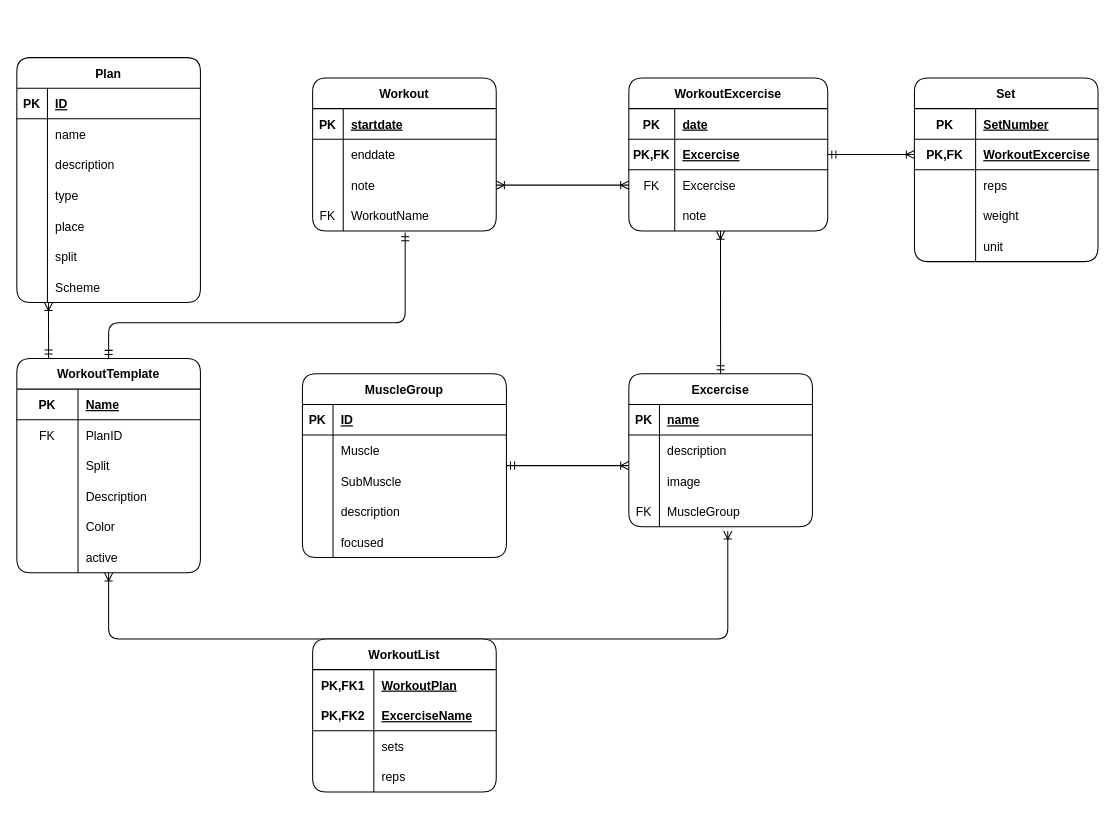
Before: documentation/erm.drawio in Patsch36/SweatFlix, a draw.io diagram. Source tidied: cells renumbered, new cells numbered last; positions are measured from the earlier drawing's top-left corner, leaving out a move shared by most shapes. Both pictures are drawn from the tidied source at 102%, with x=0, y=0 at pixel (16, 57).
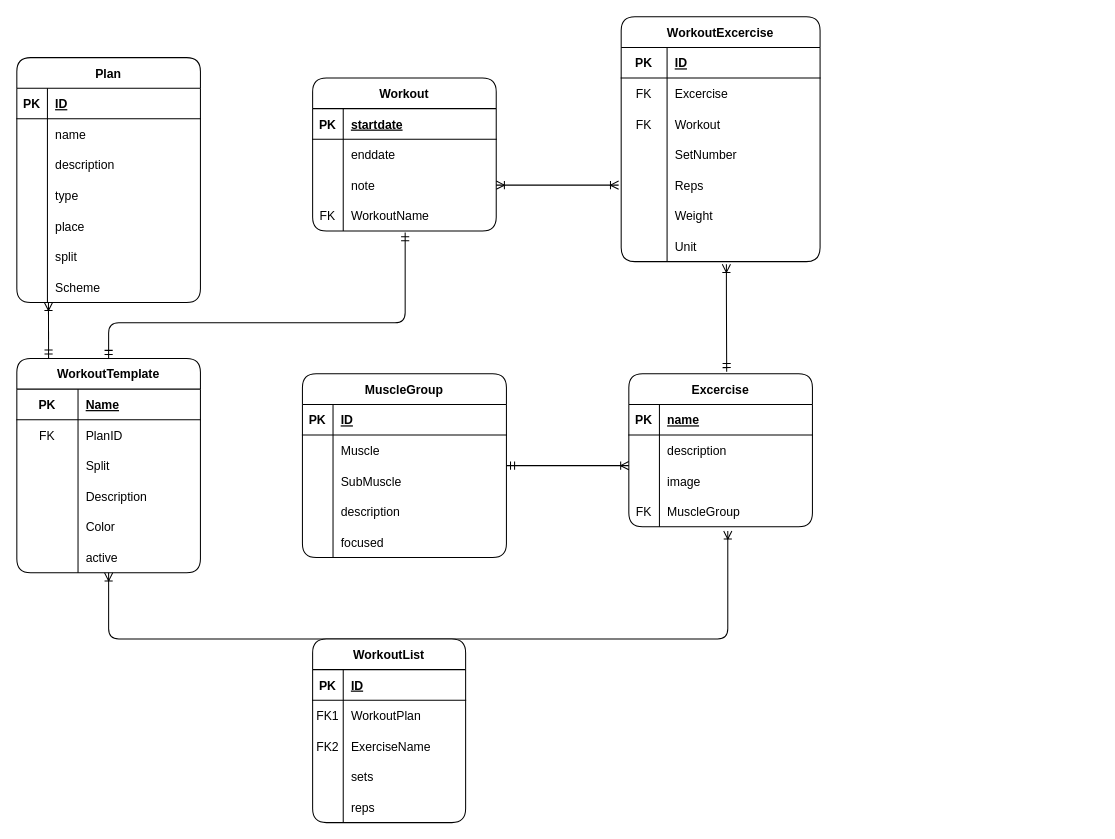
Above is the later version.

Commit message (it also covers changes not shown here):
add: modal for adding manually workout with workoutexercises

Unchanged cells that the change refers to:
```xml
<mxCell id="33" style="shape=tableRow;horizontal=0;startSize=0;swimlaneHead=0;swimlaneBody=0;fillColor=none;points=[[0,0.5],[1,0.5]];portConstraint=eastwest;top=0;left=0;right=0;bottom=0;rounded=1;" parent="26" vertex="1">
  <mxGeometry y="90" width="180" height="30" as="geometry" />
</mxCell>
<mxCell id="56" value="Excercise" style="shape=table;startSize=30;childLayout=tableLayout;rowLines=0;fontStyle=1;align=center;rounded=1;" parent="1" vertex="1">
  <mxGeometry x="600" y="310" width="180" height="150" as="geometry" />
</mxCell>
<mxCell id="72" style="shape=tableRow;horizontal=0;startSize=0;swimlaneHead=0;swimlaneBody=0;fillColor=none;top=0;left=0;right=0;bottom=1;rounded=1;" parent="71" vertex="1">
  <mxGeometry y="30" width="195" height="30" as="geometry" />
</mxCell>
<mxCell id="81" style="shape=tableRow;horizontal=0;startSize=0;swimlaneHead=0;swimlaneBody=0;fillColor=none;points=[[0,0.5],[1,0.5]];portConstraint=eastwest;top=0;left=0;right=0;bottom=0;rounded=1;" parent="71" vertex="1">
  <mxGeometry y="120" width="195" height="30" as="geometry" />
</mxCell>
```

What changed in the source:
```diff
@@
-    <mxCell id="70" style="edgeStyle=orthogonalEdgeStyle;html=1;entryX=0.5;entryY=0;entryDx=0;entryDy=0;startArrow=ERoneToMany;startFill=0;elbow=vertical;endArrow=ERmandOne;endFill=0;rounded=1;exitX=0.461;exitY=1.002;exitDx=0;exitDy=0;exitPerimeter=0;" parent="1" edge="1" source="81" target="56">
-      <mxGeometry relative="1" as="geometry" />
+    <mxCell id="70" style="edgeStyle=elbowEdgeStyle;html=1;entryX=0.533;entryY=-0.014;entryDx=0;entryDy=0;startArrow=ERoneToMany;startFill=0;elbow=vertical;endArrow=ERmandOne;endFill=0;rounded=1;exitX=0.529;exitY=1.086;exitDx=0;exitDy=0;exitPerimeter=0;entryPerimeter=0;" parent="1" edge="1" source="145" target="56">
+      <mxGeometry relative="1" as="geometry">
+        <Array as="points">
+          <mxPoint x="690" y="230" />
+          <mxPoint x="690" y="300" />
+          <mxPoint x="690" y="290" />
+          <mxPoint x="690" y="280" />
+        </Array>
+      </mxGeometry>
     </mxCell>
     <mxCell id="71" value="WorkoutExcercise" style="shape=table;startSize=30;childLayout=tableLayout;rowLines=0;fontStyle=1;align=center;rounded=1;swimlaneLine=1;" parent="1" vertex="1">
-      <mxGeometry x="600" y="20" width="195" height="150" as="geometry" />
+      <mxGeometry x="592.5" y="-40" width="195" height="240" as="geometry" />
     </mxCell>
@@
-    <mxCell id="74" value="date" style="shape=partialRectangle;fillColor=none;top=0;left=0;bottom=0;right=0;align=left;spacingLeft=6;fontStyle=5;overflow=hidden;rounded=1;" parent="72" vertex="1">
+    <mxCell id="74" value="ID" style="shape=partialRectangle;fillColor=none;top=0;left=0;bottom=0;right=0;align=left;spacingLeft=6;fontStyle=5;overflow=hidden;rounded=1;" parent="72" vertex="1">
       <mxGeometry x="45" width="150" height="30" as="geometry" />
     </mxCell>
-    <mxCell id="75" style="shape=tableRow;horizontal=0;startSize=0;swimlaneHead=0;swimlaneBody=0;fillColor=none;points=[[0,0.5],[1,0.5]];portConstraint=eastwest;top=0;left=0;right=0;bottom=1;rounded=1;" parent="71" vertex="1">
-      <mxGeometry y="60" width="195" height="30" as="geometry" />
-    </mxCell>
-    <mxCell id="76" value="PK,FK" style="shape=partialRectangle;fillColor=none;top=0;left=0;bottom=0;right=0;fontStyle=1;overflow=hidden;rounded=1;" parent="75" vertex="1">
-      <mxGeometry width="45" height="30" as="geometry" />
-    </mxCell>
-    <mxCell id="77" value="Excercise" style="shape=partialRectangle;fillColor=none;top=0;left=0;bottom=0;right=0;align=left;spacingLeft=6;fontStyle=5;overflow=hidden;rounded=1;" parent="75" vertex="1">
-      <mxGeometry x="45" width="150" height="30" as="geometry" />
-    </mxCell>
     <mxCell id="78" style="shape=tableRow;horizontal=0;startSize=0;swimlaneHead=0;swimlaneBody=0;fillColor=none;top=0;left=0;right=0;bottom=0;rounded=1;" parent="71" vertex="1">
-      <mxGeometry y="90" width="195" height="30" as="geometry" />
+      <mxGeometry y="60" width="195" height="30" as="geometry" />
     </mxCell>
@@
+    <mxCell id="136" style="shape=tableRow;horizontal=0;startSize=0;swimlaneHead=0;swimlaneBody=0;fillColor=none;top=0;left=0;right=0;bottom=0;" parent="71" vertex="1">
+      <mxGeometry y="90" width="195" height="30" as="geometry" />
+    </mxCell>
+    <mxCell id="137" value="FK" style="shape=partialRectangle;fillColor=none;top=0;left=0;bottom=0;right=0;overflow=hidden;" parent="136" vertex="1">
+      <mxGeometry width="45" height="30" as="geometry" />
+    </mxCell>
+    <mxCell id="138" value="Workout" style="shape=partialRectangle;fillColor=none;top=0;left=0;bottom=0;right=0;align=left;spacingLeft=6;overflow=hidden;" parent="136" vertex="1">
+      <mxGeometry x="45" width="150" height="30" as="geometry" />
+    </mxCell>
@@
-    <mxCell id="83" value="note" style="shape=partialRectangle;fillColor=none;top=0;left=0;bottom=0;right=0;align=left;spacingLeft=6;overflow=hidden;rounded=1;" parent="81" vertex="1">
+    <mxCell id="83" value="SetNumber" style="shape=partialRectangle;fillColor=none;top=0;left=0;bottom=0;right=0;align=left;spacingLeft=6;overflow=hidden;rounded=1;" parent="81" vertex="1">
       <mxGeometry x="45" width="150" height="30" as="geometry" />
     </mxCell>
+    <mxCell id="139" style="shape=tableRow;horizontal=0;startSize=0;swimlaneHead=0;swimlaneBody=0;fillColor=none;top=0;left=0;right=0;bottom=0;" parent="71" vertex="1">
+      <mxGeometry y="150" width="195" height="30" as="geometry" />
+    </mxCell>
+    <mxCell id="140" style="shape=partialRectangle;fillColor=none;top=0;left=0;bottom=0;right=0;overflow=hidden;" parent="139" vertex="1">
+      <mxGeometry width="45" height="30" as="geometry" />
+    </mxCell>
+    <mxCell id="141" value="Reps" style="shape=partialRectangle;fillColor=none;top=0;left=0;bottom=0;right=0;align=left;spacingLeft=6;overflow=hidden;" parent="139" vertex="1">
+      <mxGeometry x="45" width="150" height="30" as="geometry" />
+    </mxCell>
+    <mxCell id="142" style="shape=tableRow;horizontal=0;startSize=0;swimlaneHead=0;swimlaneBody=0;fillColor=none;top=0;left=0;right=0;bottom=0;" parent="71" vertex="1">
+      <mxGeometry y="180" width="195" height="30" as="geometry" />
+    </mxCell>
+    <mxCell id="143" style="shape=partialRectangle;fillColor=none;top=0;left=0;bottom=0;right=0;overflow=hidden;" parent="142" vertex="1">
+      <mxGeometry width="45" height="30" as="geometry" />
+    </mxCell>
+    <mxCell id="144" value="Weight" style="shape=partialRectangle;fillColor=none;top=0;left=0;bottom=0;right=0;align=left;spacingLeft=6;overflow=hidden;" parent="142" vertex="1">
+      <mxGeometry x="45" width="150" height="30" as="geometry" />
+    </mxCell>
+    <mxCell id="145" style="shape=tableRow;horizontal=0;startSize=0;swimlaneHead=0;swimlaneBody=0;fillColor=none;points=[[0,0.5],[1,0.5]];portConstraint=eastwest;top=0;left=0;right=0;bottom=0;" parent="71" vertex="1">
+      <mxGeometry y="210" width="195" height="30" as="geometry" />
+    </mxCell>
+    <mxCell id="146" style="shape=partialRectangle;fillColor=none;top=0;left=0;bottom=0;right=0;overflow=hidden;" parent="145" vertex="1">
+      <mxGeometry width="45" height="30" as="geometry" />
+    </mxCell>
+    <mxCell id="147" value="Unit" style="shape=partialRectangle;fillColor=none;top=0;left=0;bottom=0;right=0;align=left;spacingLeft=6;overflow=hidden;" parent="145" vertex="1">
+      <mxGeometry x="45" width="150" height="30" as="geometry" />
+    </mxCell>
-    <mxCell id="84" style="fontSize=12;html=1;endArrow=ERoneToMany;exitX=1;exitY=0.5;exitDx=0;exitDy=0;startArrow=ERoneToMany;startFill=0;entryX=0;entryY=0.5;entryDx=0;entryDy=0;rounded=1;" parent="1" edge="1" source="33">
+    <mxCell id="84" style="fontSize=12;html=1;endArrow=ERoneToMany;exitX=1;exitY=0.5;exitDx=0;exitDy=0;startArrow=ERoneToMany;startFill=0;rounded=1;" parent="1" edge="1" source="33">
       <mxGeometry relative="1" as="geometry">
-        <mxPoint x="600" y="125" as="targetPoint" />
+        <mxPoint x="590" y="125" as="targetPoint" />
       </mxGeometry>
     </mxCell>
-    <mxCell id="85" value="Set" style="shape=table;startSize=30;childLayout=tableLayout;rowLines=0;fontStyle=1;align=center;rounded=1;" parent="1" vertex="1">
-      <mxGeometry x="880" y="20" width="180" height="180" as="geometry" />
-    </mxCell>
-    <mxCell id="86" style="shape=tableRow;horizontal=0;startSize=0;swimlaneHead=0;swimlaneBody=0;fillColor=none;top=0;left=0;right=0;bottom=1;rounded=1;" parent="85" vertex="1">
-      <mxGeometry y="30" width="180" height="30" as="geometry" />
-    </mxCell>
-    <mxCell id="87" value="PK" style="shape=partialRectangle;fillColor=none;top=0;left=0;bottom=0;right=0;fontStyle=1;overflow=hidden;rounded=1;" parent="86" vertex="1">
-      <mxGeometry width="60" height="30" as="geometry" />
-    </mxCell>
-    <mxCell id="88" value="SetNumber" style="shape=partialRectangle;fillColor=none;top=0;left=0;bottom=0;right=0;align=left;spacingLeft=6;fontStyle=5;overflow=hidden;rounded=1;" parent="86" vertex="1">
-      <mxGeometry x="60" width="120" height="30" as="geometry" />
-    </mxCell>
-    <mxCell id="89" style="shape=tableRow;horizontal=0;startSize=0;swimlaneHead=0;swimlaneBody=0;fillColor=none;points=[[0,0.5],[1,0.5]];portConstraint=eastwest;top=0;left=0;right=0;bottom=1;rounded=1;" parent="85" vertex="1">
-      <mxGeometry y="60" width="180" height="30" as="geometry" />
-    </mxCell>
-    <mxCell id="90" value="PK,FK" style="shape=partialRectangle;fillColor=none;top=0;left=0;bottom=0;right=0;fontStyle=1;overflow=hidden;rounded=1;" parent="89" vertex="1">
-      <mxGeometry width="60" height="30" as="geometry" />
-    </mxCell>
-    <mxCell id="91" value="WorkoutExcercise" style="shape=partialRectangle;fillColor=none;top=0;left=0;bottom=0;right=0;align=left;spacingLeft=6;fontStyle=5;overflow=hidden;rounded=1;" parent="89" vertex="1">
-      <mxGeometry x="60" width="120" height="30" as="geometry" />
-    </mxCell>
-    <mxCell id="92" style="shape=tableRow;horizontal=0;startSize=0;swimlaneHead=0;swimlaneBody=0;fillColor=none;top=0;left=0;right=0;bottom=0;rounded=1;" parent="85" vertex="1">
-      <mxGeometry y="90" width="180" height="30" as="geometry" />
-    </mxCell>
-    <mxCell id="93" style="shape=partialRectangle;fillColor=none;top=0;left=0;bottom=0;right=0;overflow=hidden;rounded=1;" parent="92" vertex="1">
-      <mxGeometry width="60" height="30" as="geometry" />
-    </mxCell>
-    <mxCell id="94" value="reps" style="shape=partialRectangle;fillColor=none;top=0;left=0;bottom=0;right=0;align=left;spacingLeft=6;overflow=hidden;rounded=1;" parent="92" vertex="1">
-      <mxGeometry x="60" width="120" height="30" as="geometry" />
-    </mxCell>
-    <mxCell id="95" style="shape=tableRow;horizontal=0;startSize=0;swimlaneHead=0;swimlaneBody=0;fillColor=none;top=0;left=0;right=0;bottom=0;rounded=1;" parent="85" vertex="1">
-      <mxGeometry y="120" width="180" height="30" as="geometry" />
-    </mxCell>
-    <mxCell id="96" style="shape=partialRectangle;fillColor=none;top=0;left=0;bottom=0;right=0;overflow=hidden;rounded=1;" parent="95" vertex="1">
-      <mxGeometry width="60" height="30" as="geometry" />
-    </mxCell>
-    <mxCell id="97" value="weight" style="shape=partialRectangle;fillColor=none;top=0;left=0;bottom=0;right=0;align=left;spacingLeft=6;overflow=hidden;rounded=1;" parent="95" vertex="1">
-      <mxGeometry x="60" width="120" height="30" as="geometry" />
-    </mxCell>
-    <mxCell id="98" style="shape=tableRow;horizontal=0;startSize=0;swimlaneHead=0;swimlaneBody=0;fillColor=none;top=0;left=0;right=0;bottom=0;rounded=1;" parent="85" vertex="1">
-      <mxGeometry y="150" width="180" height="30" as="geometry" />
-    </mxCell>
-    <mxCell id="99" style="shape=partialRectangle;fillColor=none;top=0;left=0;bottom=0;right=0;overflow=hidden;rounded=1;" parent="98" vertex="1">
-      <mxGeometry width="60" height="30" as="geometry" />
-    </mxCell>
-    <mxCell id="100" value="unit" style="shape=partialRectangle;fillColor=none;top=0;left=0;bottom=0;right=0;align=left;spacingLeft=6;overflow=hidden;rounded=1;" parent="98" vertex="1">
-      <mxGeometry x="60" width="120" height="30" as="geometry" />
-    </mxCell>
-    <mxCell id="101" style="edgeStyle=none;html=1;entryX=0;entryY=0.5;entryDx=0;entryDy=0;startArrow=ERmandOne;startFill=0;endArrow=ERoneToMany;endFill=0;rounded=1;exitX=1;exitY=0.5;exitDx=0;exitDy=0;" parent="1" edge="1" source="75" target="89">
-      <mxGeometry relative="1" as="geometry" />
-    </mxCell>
@@
     <mxCell id="123" value="WorkoutList" style="shape=table;startSize=30;childLayout=tableLayout;rowLines=0;fontStyle=1;align=center;rounded=1;" parent="1" vertex="1">
-      <mxGeometry x="290" y="570" width="180" height="150" as="geometry" />
+      <mxGeometry x="290" y="570" width="150" height="180" as="geometry" />
     </mxCell>
+    <mxCell id="127" style="shape=tableRow;horizontal=0;startSize=0;swimlaneHead=0;swimlaneBody=0;fillColor=none;top=0;left=0;right=0;bottom=1;rounded=1;" parent="123" vertex="1">
+      <mxGeometry y="30" width="150" height="30" as="geometry" />
+    </mxCell>
+    <mxCell id="128" value="PK" style="shape=partialRectangle;fillColor=none;top=0;left=0;bottom=0;right=0;fontStyle=1;overflow=hidden;rounded=1;" parent="127" vertex="1">
+      <mxGeometry width="30" height="30" as="geometry" />
+    </mxCell>
+    <mxCell id="129" value="ID" style="shape=partialRectangle;fillColor=none;top=0;left=0;bottom=0;right=0;align=left;spacingLeft=6;fontStyle=5;overflow=hidden;rounded=1;" parent="127" vertex="1">
+      <mxGeometry x="30" width="120" height="30" as="geometry" />
+    </mxCell>
     <mxCell id="124" style="shape=tableRow;horizontal=0;startSize=0;swimlaneHead=0;swimlaneBody=0;fillColor=none;top=0;left=0;right=0;bottom=0;rounded=1;" parent="123" vertex="1">
-      <mxGeometry y="30" width="180" height="30" as="geometry" />
+      <mxGeometry y="60" width="150" height="30" as="geometry" />
     </mxCell>
-    <mxCell id="125" value="PK,FK1" style="shape=partialRectangle;fillColor=none;top=0;left=0;bottom=0;right=0;fontStyle=1;overflow=hidden;rounded=1;" parent="124" vertex="1">
-      <mxGeometry width="60" height="30" as="geometry" />
+    <mxCell id="125" value="FK1" style="shape=partialRectangle;fillColor=none;top=0;left=0;bottom=0;right=0;fontStyle=0;overflow=hidden;rounded=1;" parent="124" vertex="1">
+      <mxGeometry width="30" height="30" as="geometry" />
     </mxCell>
-    <mxCell id="126" value="WorkoutPlan" style="shape=partialRectangle;fillColor=none;top=0;left=0;bottom=0;right=0;align=left;spacingLeft=6;fontStyle=5;overflow=hidden;rounded=1;" parent="124" vertex="1">
-      <mxGeometry x="60" width="120" height="30" as="geometry" />
+    <mxCell id="126" value="WorkoutPlan" style="shape=partialRectangle;fillColor=none;top=0;left=0;bottom=0;right=0;align=left;spacingLeft=6;fontStyle=0;overflow=hidden;rounded=1;" parent="124" vertex="1">
+      <mxGeometry x="30" width="120" height="30" as="geometry" />
     </mxCell>
-    <mxCell id="127" style="shape=tableRow;horizontal=0;startSize=0;swimlaneHead=0;swimlaneBody=0;fillColor=none;top=0;left=0;right=0;bottom=1;rounded=1;" parent="123" vertex="1">
-      <mxGeometry y="60" width="180" height="30" as="geometry" />
-    </mxCell>
-    <mxCell id="128" value="PK,FK2" style="shape=partialRectangle;fillColor=none;top=0;left=0;bottom=0;right=0;fontStyle=1;overflow=hidden;rounded=1;" parent="127" vertex="1">
-      <mxGeometry width="60" height="30" as="geometry" />
-    </mxCell>
-    <mxCell id="129" value="ExcerciseName" style="shape=partialRectangle;fillColor=none;top=0;left=0;bottom=0;right=0;align=left;spacingLeft=6;fontStyle=5;overflow=hidden;rounded=1;" parent="127" vertex="1">
-      <mxGeometry x="60" width="120" height="30" as="geometry" />
-    </mxCell>
+    <mxCell id="148" style="shape=tableRow;horizontal=0;startSize=0;swimlaneHead=0;swimlaneBody=0;fillColor=none;top=0;left=0;right=0;bottom=0;" parent="123" vertex="1">
+      <mxGeometry y="90" width="150" height="30" as="geometry" />
+    </mxCell>
+    <mxCell id="149" value="FK2" style="shape=partialRectangle;fillColor=none;top=0;left=0;bottom=0;right=0;fontStyle=0;overflow=hidden;" parent="148" vertex="1">
+      <mxGeometry width="30" height="30" as="geometry" />
+    </mxCell>
+    <mxCell id="150" value="ExerciseName" style="shape=partialRectangle;fillColor=none;top=0;left=0;bottom=0;right=0;align=left;spacingLeft=6;fontStyle=0;overflow=hidden;" parent="148" vertex="1">
+      <mxGeometry x="30" width="120" height="30" as="geometry" />
+    </mxCell>
     <mxCell id="130" style="shape=tableRow;horizontal=0;startSize=0;swimlaneHead=0;swimlaneBody=0;fillColor=none;top=0;left=0;right=0;bottom=0;rounded=1;" parent="123" vertex="1">
-      <mxGeometry y="90" width="180" height="30" as="geometry" />
+      <mxGeometry y="120" width="150" height="30" as="geometry" />
     </mxCell>
     <mxCell id="131" style="shape=partialRectangle;fillColor=none;top=0;left=0;bottom=0;right=0;overflow=hidden;rounded=1;" parent="130" vertex="1">
-      <mxGeometry width="60" height="30" as="geometry" />
+      <mxGeometry width="30" height="30" as="geometry" />
     </mxCell>
     <mxCell id="132" value="sets" style="shape=partialRectangle;fillColor=none;top=0;left=0;bottom=0;right=0;align=left;spacingLeft=6;overflow=hidden;rounded=1;" parent="130" vertex="1">
-      <mxGeometry x="60" width="120" height="30" as="geometry" />
+      <mxGeometry x="30" width="120" height="30" as="geometry" />
     </mxCell>
     <mxCell id="133" style="shape=tableRow;horizontal=0;startSize=0;swimlaneHead=0;swimlaneBody=0;fillColor=none;top=0;left=0;right=0;bottom=0;rounded=1;" parent="123" vertex="1">
-      <mxGeometry y="120" width="180" height="30" as="geometry" />
+      <mxGeometry y="150" width="150" height="30" as="geometry" />
     </mxCell>
     <mxCell id="134" style="shape=partialRectangle;fillColor=none;top=0;left=0;bottom=0;right=0;overflow=hidden;rounded=1;" parent="133" vertex="1">
-      <mxGeometry width="60" height="30" as="geometry" />
+      <mxGeometry width="30" height="30" as="geometry" />
     </mxCell>
     <mxCell id="135" value="reps" style="shape=partialRectangle;fillColor=none;top=0;left=0;bottom=0;right=0;align=left;spacingLeft=6;overflow=hidden;rounded=1;" parent="133" vertex="1">
-      <mxGeometry x="60" width="120" height="30" as="geometry" />
+      <mxGeometry x="30" width="120" height="30" as="geometry" />
     </mxCell>
```
